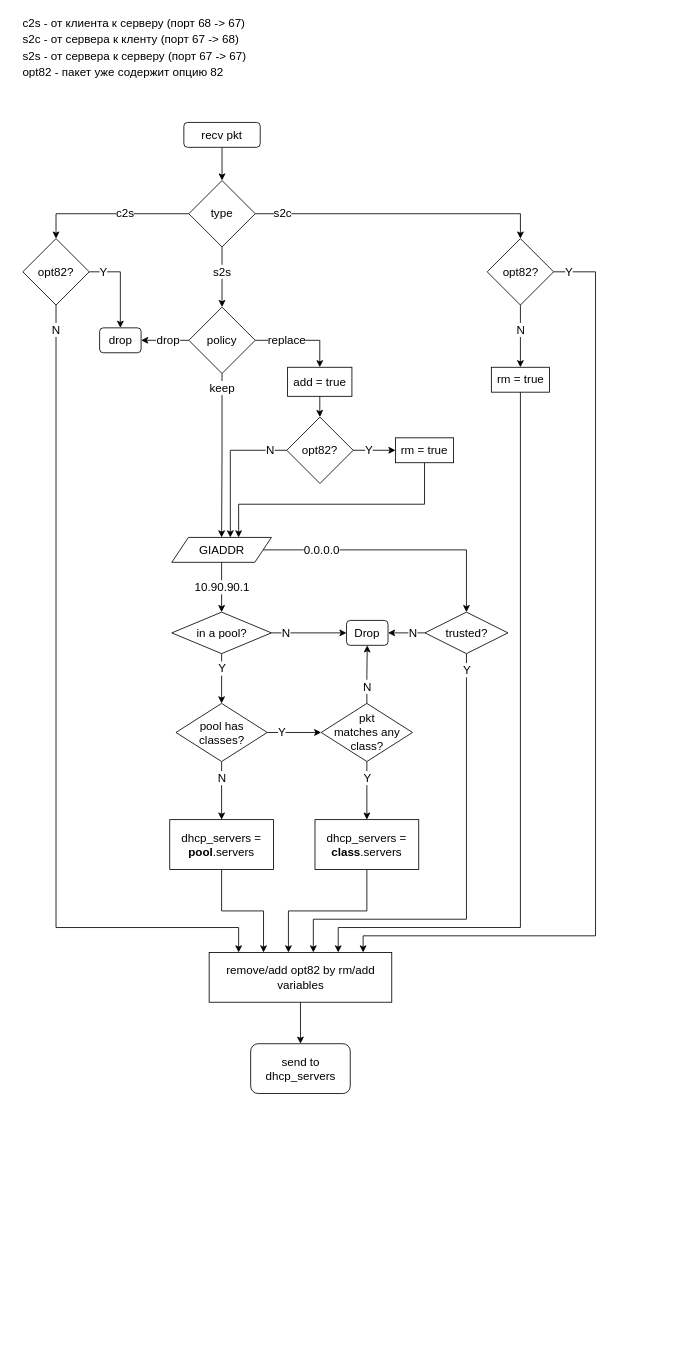
Before: DHCPRelay.drawio in alexksx/examples, a draw.io diagram. Source tidied: cells renumbered, new cells numbered last; positions are measured from the earlier drawing's top-left corner, leaving out a move shared by most shapes. Both pictures are drawn from the tidied source at 83%, with x=0, y=0 at pixel (21, 14).
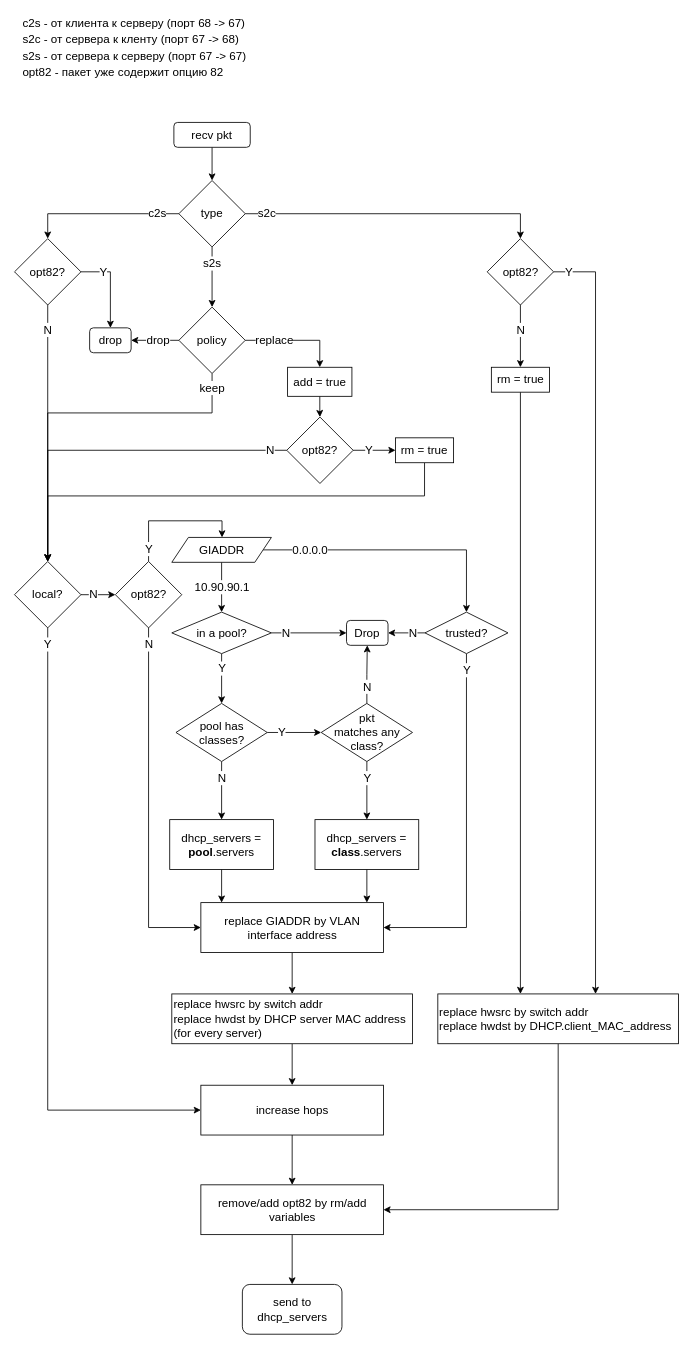
After the change.

The change refers to these unchanged cells:
```xml
<mxCell id="4" value="GIADDR" style="shape=parallelogram;perimeter=parallelogramPerimeter;whiteSpace=wrap;html=1;fixedSize=1;fontSize=14;" parent="1" vertex="1">
  <mxGeometry x="181.5" y="630" width="120" height="30" as="geometry" />
</mxCell>
<mxCell id="13" value="trusted?" style="rhombus;whiteSpace=wrap;html=1;labelBackgroundColor=#ffffff;fontSize=14;" parent="1" vertex="1">
  <mxGeometry x="486.5" y="720" width="100" height="50" as="geometry" />
</mxCell>
<mxCell id="28" value="dhcp_servers = &lt;b&gt;pool&lt;/b&gt;.servers" style="rounded=0;whiteSpace=wrap;html=1;labelBackgroundColor=none;fontSize=14;" parent="1" vertex="1">
  <mxGeometry x="179" y="970" width="125" height="60" as="geometry" />
</mxCell>
<mxCell id="30" value="dhcp_servers = &lt;b&gt;class&lt;/b&gt;.servers" style="rounded=0;whiteSpace=wrap;html=1;labelBackgroundColor=none;fontSize=14;" parent="1" vertex="1">
  <mxGeometry x="354" y="970" width="125" height="60" as="geometry" />
</mxCell>
<mxCell id="46" value="opt82?" style="rhombus;whiteSpace=wrap;html=1;labelBackgroundColor=none;fontSize=14;align=center;" parent="1" vertex="1">
  <mxGeometry x="561.5" y="270" width="80" height="80" as="geometry" />
</mxCell>
<mxCell id="56" value="rm = true" style="rounded=0;whiteSpace=wrap;html=1;labelBackgroundColor=#ffffff;fontSize=14;align=center;" parent="1" vertex="1">
  <mxGeometry x="566.5" y="425" width="70" height="30" as="geometry" />
</mxCell>
<mxCell id="70" value="opt82?" style="rhombus;whiteSpace=wrap;html=1;labelBackgroundColor=none;fontSize=14;align=center;" parent="1" vertex="1">
  <mxGeometry x="320" y="485" width="80" height="80" as="geometry" />
</mxCell>
<mxCell id="72" value="rm = true" style="rounded=0;whiteSpace=wrap;html=1;labelBackgroundColor=#ffffff;fontSize=14;align=center;" parent="1" vertex="1">
  <mxGeometry x="451" y="510" width="70" height="30" as="geometry" />
</mxCell>
```

What changed in the source:
```diff
@@
     <mxCell id="12" style="edgeStyle=orthogonalEdgeStyle;rounded=0;jettySize=auto;html=1;fontSize=14;" parent="1" edge="1" source="13" target="33">
       <mxGeometry relative="1" as="geometry">
         <Array as="points">
-          <mxPoint x="537" y="1090" />
-          <mxPoint x="352" y="1090" />
+          <mxPoint x="537" y="1100" />
         </Array>
       </mxGeometry>
     </mxCell>
@@
     <mxCell id="14" value="0.0.0.0" style="text;html=1;align=center;verticalAlign=middle;fontSize=14;labelBackgroundColor=#ffffff;" parent="1" vertex="1">
-      <mxGeometry x="331.5" y="635" width="60" height="20" as="geometry" />
+      <mxGeometry x="317.5" y="635" width="60" height="20" as="geometry" />
     </mxCell>
@@
     <mxCell id="27" style="edgeStyle=orthogonalEdgeStyle;rounded=0;jettySize=auto;html=1;fontSize=14;" parent="1" edge="1" source="28" target="33">
       <mxGeometry relative="1" as="geometry">
         <Array as="points">
-          <mxPoint x="242" y="1080" />
-          <mxPoint x="292" y="1080" />
+          <mxPoint x="242" y="1090" />
+          <mxPoint x="242" y="1090" />
         </Array>
       </mxGeometry>
     </mxCell>
@@
     <mxCell id="29" style="edgeStyle=orthogonalEdgeStyle;rounded=0;jettySize=auto;html=1;fontSize=14;" parent="1" edge="1" source="30" target="33">
       <mxGeometry relative="1" as="geometry">
         <Array as="points">
-          <mxPoint x="417" y="1080" />
-          <mxPoint x="322" y="1080" />
+          <mxPoint x="417" y="1130" />
+          <mxPoint x="417" y="1130" />
         </Array>
       </mxGeometry>
     </mxCell>
@@
-    <mxCell id="32" style="edgeStyle=orthogonalEdgeStyle;rounded=0;jettySize=auto;html=1;entryX=0.5;entryY=0;entryDx=0;entryDy=0;fontSize=14;" parent="1" edge="1" source="33" target="34">
+    <mxCell id="32" style="edgeStyle=orthogonalEdgeStyle;rounded=0;jettySize=auto;html=1;fontSize=14;" parent="1" edge="1" source="33" target="85">
       <mxGeometry relative="1" as="geometry" />
     </mxCell>
-    <mxCell id="33" value="remove/add opt82 by rm/add variables" style="rounded=0;whiteSpace=wrap;html=1;labelBackgroundColor=none;fontSize=14;" parent="1" vertex="1">
-      <mxGeometry x="226.5" y="1130" width="220" height="60" as="geometry" />
+    <mxCell id="33" value="&lt;div&gt;replace GIADDR by VLAN&lt;/div&gt;&lt;div&gt; interface address&lt;/div&gt;" style="rounded=0;whiteSpace=wrap;html=1;labelBackgroundColor=none;fontSize=14;" parent="1" vertex="1">
+      <mxGeometry x="216.5" y="1070" width="220" height="60" as="geometry" />
     </mxCell>
     <mxCell id="34" value="send to dhcp_servers" style="rounded=1;whiteSpace=wrap;html=1;labelBackgroundColor=none;fontSize=14;" parent="1" vertex="1">
-      <mxGeometry x="276.5" y="1240" width="120" height="60" as="geometry" />
+      <mxGeometry x="266.5" y="1530" width="120" height="60" as="geometry" />
     </mxCell>
@@
     <mxCell id="38" value="type" style="rhombus;whiteSpace=wrap;html=1;labelBackgroundColor=none;fontSize=14;" parent="1" vertex="1">
-      <mxGeometry x="202" y="200" width="80" height="80" as="geometry" />
+      <mxGeometry x="190" y="200" width="80" height="80" as="geometry" />
     </mxCell>
@@
     <mxCell id="40" value="recv pkt" style="rounded=1;whiteSpace=wrap;html=1;labelBackgroundColor=none;fontSize=14;" parent="1" vertex="1">
-      <mxGeometry x="196" y="130" width="92" height="30" as="geometry" />
+      <mxGeometry x="184" y="130" width="92" height="30" as="geometry" />
     </mxCell>
@@
-    <mxCell id="44" style="edgeStyle=orthogonalEdgeStyle;rounded=0;jettySize=auto;html=1;fontSize=14;exitX=0.5;exitY=1;exitDx=0;exitDy=0;" parent="1" edge="1" source="56" target="33">
+    <mxCell id="44" style="edgeStyle=orthogonalEdgeStyle;rounded=0;jettySize=auto;html=1;fontSize=14;exitX=0.5;exitY=1;exitDx=0;exitDy=0;" parent="1" edge="1" source="56" target="83">
       <mxGeometry relative="1" as="geometry">
         <Array as="points">
-          <mxPoint x="602" y="1100" />
-          <mxPoint x="382" y="1100" />
+          <mxPoint x="602" y="1080" />
+          <mxPoint x="602" y="1080" />
         </Array>
       </mxGeometry>
     </mxCell>
@@
     <mxCell id="47" value="s2c" style="text;html=1;align=center;verticalAlign=middle;fontSize=14;labelBackgroundColor=#ffffff;labelBorderColor=none;" parent="1" vertex="1">
-      <mxGeometry x="295" y="230" width="40" height="20" as="geometry" />
+      <mxGeometry x="276" y="230" width="40" height="20" as="geometry" />
     </mxCell>
@@
-    <mxCell id="49" style="edgeStyle=orthogonalEdgeStyle;rounded=0;jettySize=auto;html=1;fontSize=14;" parent="1" edge="1" source="50" target="33">
+    <mxCell id="49" style="edgeStyle=orthogonalEdgeStyle;rounded=0;jettySize=auto;html=1;fontSize=14;exitX=0.5;exitY=1;exitDx=0;exitDy=0;" parent="1" edge="1" source="92" target="33">
       <mxGeometry relative="1" as="geometry">
         <Array as="points">
-          <mxPoint x="42" y="1100" />
-          <mxPoint x="262" y="1100" />
+          <mxPoint x="154" y="1100" />
         </Array>
       </mxGeometry>
     </mxCell>
+    <mxCell id="77" style="edgeStyle=orthogonalEdgeStyle;rounded=0;jettySize=auto;html=1;fontSize=14;" parent="1" edge="1" source="50" target="88">
+      <mxGeometry relative="1" as="geometry" />
+    </mxCell>
     <mxCell id="50" value="&lt;div align=&quot;center&quot;&gt;opt82?&lt;/div&gt;" style="rhombus;whiteSpace=wrap;html=1;labelBackgroundColor=#ffffff;fontSize=14;align=center;" parent="1" vertex="1">
-      <mxGeometry x="2" y="270" width="80" height="80" as="geometry" />
+      <mxGeometry x="-8" y="270" width="80" height="80" as="geometry" />
     </mxCell>
     <mxCell id="51" value="c2s" style="text;html=1;align=center;verticalAlign=middle;fontSize=14;labelBackgroundColor=#ffffff;labelBorderColor=none;" parent="1" vertex="1">
-      <mxGeometry x="104.5" y="230" width="40" height="20" as="geometry" />
+      <mxGeometry x="144" y="230" width="40" height="20" as="geometry" />
     </mxCell>
@@
     <mxCell id="53" value="drop" style="rounded=1;whiteSpace=wrap;html=1;labelBackgroundColor=#ffffff;fontSize=14;align=center;" parent="1" vertex="1">
-      <mxGeometry x="94.5" y="377.5" width="50" height="30" as="geometry" />
+      <mxGeometry x="82.5" y="377.5" width="50" height="30" as="geometry" />
     </mxCell>
@@
-    <mxCell id="55" style="edgeStyle=orthogonalEdgeStyle;rounded=0;jettySize=auto;html=1;fontSize=14;exitX=1;exitY=0.5;exitDx=0;exitDy=0;" parent="1" edge="1" source="46" target="33">
+    <mxCell id="55" style="edgeStyle=orthogonalEdgeStyle;rounded=0;jettySize=auto;html=1;fontSize=14;exitX=1;exitY=0.5;exitDx=0;exitDy=0;" parent="1" edge="1" source="46" target="83">
       <mxGeometry relative="1" as="geometry">
         <Array as="points">
           <mxPoint x="692" y="310" />
-          <mxPoint x="692" y="1110" />
-          <mxPoint x="412" y="1110" />
         </Array>
       </mxGeometry>
     </mxCell>
@@
-    <mxCell id="60" style="edgeStyle=orthogonalEdgeStyle;rounded=0;jettySize=auto;html=1;fontSize=14;" parent="1" edge="1" source="61" target="4">
-      <mxGeometry relative="1" as="geometry" />
+    <mxCell id="60" style="edgeStyle=orthogonalEdgeStyle;rounded=0;jettySize=auto;html=1;fontSize=14;" parent="1" edge="1" source="61" target="88">
+      <mxGeometry relative="1" as="geometry">
+        <Array as="points">
+          <mxPoint x="230" y="480" />
+          <mxPoint x="32" y="480" />
+        </Array>
+      </mxGeometry>
     </mxCell>
     <mxCell id="61" value="policy" style="rhombus;whiteSpace=wrap;html=1;labelBackgroundColor=none;fontSize=14;" parent="1" vertex="1">
-      <mxGeometry x="202" y="352.5" width="80" height="80" as="geometry" />
+      <mxGeometry x="190" y="352.5" width="80" height="80" as="geometry" />
     </mxCell>
     <mxCell id="62" value="s2s" style="text;html=1;align=center;verticalAlign=middle;fontSize=14;labelBackgroundColor=#ffffff;labelBorderColor=none;" parent="1" vertex="1">
-      <mxGeometry x="222" y="300" width="40" height="20" as="geometry" />
+      <mxGeometry x="210" y="290" width="40" height="20" as="geometry" />
     </mxCell>
@@
     <mxCell id="65" value="drop" style="text;html=1;align=center;verticalAlign=middle;fontSize=14;labelBackgroundColor=#ffffff;labelBorderColor=none;" parent="1" vertex="1">
-      <mxGeometry x="156.5" y="382.5" width="40" height="20" as="geometry" />
+      <mxGeometry x="144.5" y="382.5" width="40" height="20" as="geometry" />
     </mxCell>
     <mxCell id="66" value="replace" style="text;html=1;align=center;verticalAlign=middle;fontSize=14;labelBackgroundColor=#ffffff;labelBorderColor=none;" parent="1" vertex="1">
-      <mxGeometry x="289.5" y="382.5" width="60" height="20" as="geometry" />
+      <mxGeometry x="274.5" y="382.5" width="60" height="20" as="geometry" />
     </mxCell>
     <mxCell id="67" value="keep" style="text;html=1;align=center;verticalAlign=middle;fontSize=14;labelBackgroundColor=#ffffff;labelBorderColor=none;" parent="1" vertex="1">
-      <mxGeometry x="216.5" y="440" width="50" height="20" as="geometry" />
+      <mxGeometry x="204.5" y="440" width="50" height="20" as="geometry" />
     </mxCell>
@@
-    <mxCell id="69" style="edgeStyle=orthogonalEdgeStyle;rounded=0;jettySize=auto;html=1;fontSize=14;" parent="1" edge="1" source="70" target="4">
+    <mxCell id="69" style="edgeStyle=orthogonalEdgeStyle;rounded=0;jettySize=auto;html=1;fontSize=14;" parent="1" edge="1" source="70" target="88">
       <mxGeometry relative="1" as="geometry">
         <Array as="points">
-          <mxPoint x="252" y="525" />
+          <mxPoint x="32" y="525" />
         </Array>
       </mxGeometry>
     </mxCell>
@@
-    <mxCell id="71" style="edgeStyle=orthogonalEdgeStyle;rounded=0;jettySize=auto;html=1;fontSize=14;" parent="1" edge="1" source="72" target="4">
+    <mxCell id="71" style="edgeStyle=orthogonalEdgeStyle;rounded=0;jettySize=auto;html=1;fontSize=14;" parent="1" edge="1" source="72" target="88">
       <mxGeometry relative="1" as="geometry">
         <Array as="points">
-          <mxPoint x="486" y="590" />
-          <mxPoint x="262" y="590" />
+          <mxPoint x="486" y="580" />
+          <mxPoint x="32" y="580" />
         </Array>
       </mxGeometry>
     </mxCell>
@@
     <mxCell id="75" value="N" style="text;html=1;align=center;verticalAlign=middle;fontSize=14;labelBackgroundColor=#ffffff;labelBorderColor=none;" parent="1" vertex="1">
-      <mxGeometry x="27" y="370" width="30" height="20" as="geometry" />
+      <mxGeometry x="17" y="370" width="30" height="20" as="geometry" />
     </mxCell>
@@
+    <mxCell id="78" style="edgeStyle=orthogonalEdgeStyle;rounded=0;jettySize=auto;html=1;fontSize=14;" parent="1" edge="1" source="79" target="34">
+      <mxGeometry relative="1" as="geometry" />
+    </mxCell>
+    <mxCell id="79" value="remove/add opt82 by rm/add variables" style="rounded=0;whiteSpace=wrap;html=1;labelBackgroundColor=none;fontSize=14;" parent="1" vertex="1">
+      <mxGeometry x="216.5" y="1410" width="220" height="60" as="geometry" />
+    </mxCell>
+    <mxCell id="80" style="edgeStyle=orthogonalEdgeStyle;rounded=0;jettySize=auto;html=1;entryX=0.5;entryY=0;entryDx=0;entryDy=0;fontSize=14;" parent="1" edge="1" source="81" target="79">
+      <mxGeometry relative="1" as="geometry" />
+    </mxCell>
+    <mxCell id="81" value="increase hops" style="rounded=0;whiteSpace=wrap;html=1;labelBackgroundColor=none;fontSize=14;" parent="1" vertex="1">
+      <mxGeometry x="216.5" y="1290" width="220" height="60" as="geometry" />
+    </mxCell>
+    <mxCell id="82" style="edgeStyle=orthogonalEdgeStyle;rounded=0;jettySize=auto;html=1;fontSize=14;" parent="1" edge="1" source="83" target="79">
+      <mxGeometry relative="1" as="geometry">
+        <Array as="points">
+          <mxPoint x="647" y="1440" />
+        </Array>
+      </mxGeometry>
+    </mxCell>
+    <mxCell id="83" value="&lt;div&gt;replace hwsrc by switch addr&lt;/div&gt;&lt;div&gt;replace hwdst by DHCP.client_MAC_address&lt;br&gt;&lt;/div&gt;" style="rounded=0;whiteSpace=wrap;html=1;labelBackgroundColor=none;fontSize=14;align=left;" parent="1" vertex="1">
+      <mxGeometry x="502" y="1180" width="290" height="60" as="geometry" />
+    </mxCell>
+    <mxCell id="84" style="edgeStyle=orthogonalEdgeStyle;rounded=0;jettySize=auto;html=1;fontSize=14;" parent="1" edge="1" source="85" target="81">
+      <mxGeometry relative="1" as="geometry" />
+    </mxCell>
+    <mxCell id="85" value="&lt;div&gt;replace hwsrc by switch addr&lt;/div&gt;&lt;div&gt;replace hwdst by DHCP server MAC address&lt;/div&gt;&lt;div&gt;(for every server)&lt;br&gt;&lt;/div&gt;" style="rounded=0;whiteSpace=wrap;html=1;labelBackgroundColor=none;fontSize=14;align=left;" parent="1" vertex="1">
+      <mxGeometry x="181.5" y="1180" width="290" height="60" as="geometry" />
+    </mxCell>
+    <mxCell id="86" style="edgeStyle=orthogonalEdgeStyle;rounded=0;jettySize=auto;html=1;fontSize=14;" parent="1" edge="1" source="88" target="81">
+      <mxGeometry relative="1" as="geometry">
+        <Array as="points">
+          <mxPoint x="32" y="1320" />
+        </Array>
+      </mxGeometry>
+    </mxCell>
+    <mxCell id="87" style="edgeStyle=orthogonalEdgeStyle;rounded=0;jettySize=auto;html=1;exitX=1;exitY=0.5;exitDx=0;exitDy=0;fontSize=14;" parent="1" edge="1" source="88" target="92">
+      <mxGeometry relative="1" as="geometry" />
+    </mxCell>
+    <mxCell id="88" value="&lt;div&gt;local?&lt;/div&gt;" style="rhombus;whiteSpace=wrap;html=1;labelBackgroundColor=#ffffff;fontSize=14;align=center;" parent="1" vertex="1">
+      <mxGeometry x="-8" y="659" width="80" height="80" as="geometry" />
+    </mxCell>
+    <mxCell id="89" value="N" style="text;html=1;align=center;verticalAlign=middle;fontSize=14;labelBackgroundColor=#ffffff;labelBorderColor=none;" parent="1" vertex="1">
+      <mxGeometry x="72" y="689" width="30" height="20" as="geometry" />
+    </mxCell>
+    <mxCell id="90" value="Y" style="text;html=1;align=center;verticalAlign=middle;fontSize=14;labelBackgroundColor=#ffffff;" parent="1" vertex="1">
+      <mxGeometry x="22" y="749" width="20" height="20" as="geometry" />
+    </mxCell>
+    <mxCell id="91" style="edgeStyle=orthogonalEdgeStyle;rounded=0;jettySize=auto;html=1;exitX=0.5;exitY=0;exitDx=0;exitDy=0;fontSize=14;" parent="1" edge="1" source="92" target="4">
+      <mxGeometry relative="1" as="geometry">
+        <Array as="points">
+          <mxPoint x="154" y="610" />
+          <mxPoint x="242" y="610" />
+        </Array>
+      </mxGeometry>
+    </mxCell>
+    <mxCell id="92" value="opt82?" style="rhombus;whiteSpace=wrap;html=1;labelBackgroundColor=#ffffff;fontSize=14;align=center;" parent="1" vertex="1">
+      <mxGeometry x="113.5" y="659" width="80" height="80" as="geometry" />
+    </mxCell>
+    <mxCell id="93" value="Y" style="text;html=1;align=center;verticalAlign=middle;fontSize=14;labelBackgroundColor=#ffffff;" parent="1" vertex="1">
+      <mxGeometry x="143.5" y="634" width="20" height="20" as="geometry" />
+    </mxCell>
+    <mxCell id="94" value="N" style="text;html=1;align=center;verticalAlign=middle;fontSize=14;labelBackgroundColor=#ffffff;labelBorderColor=none;" parent="1" vertex="1">
+      <mxGeometry x="138.5" y="749" width="30" height="20" as="geometry" />
+    </mxCell>
```
